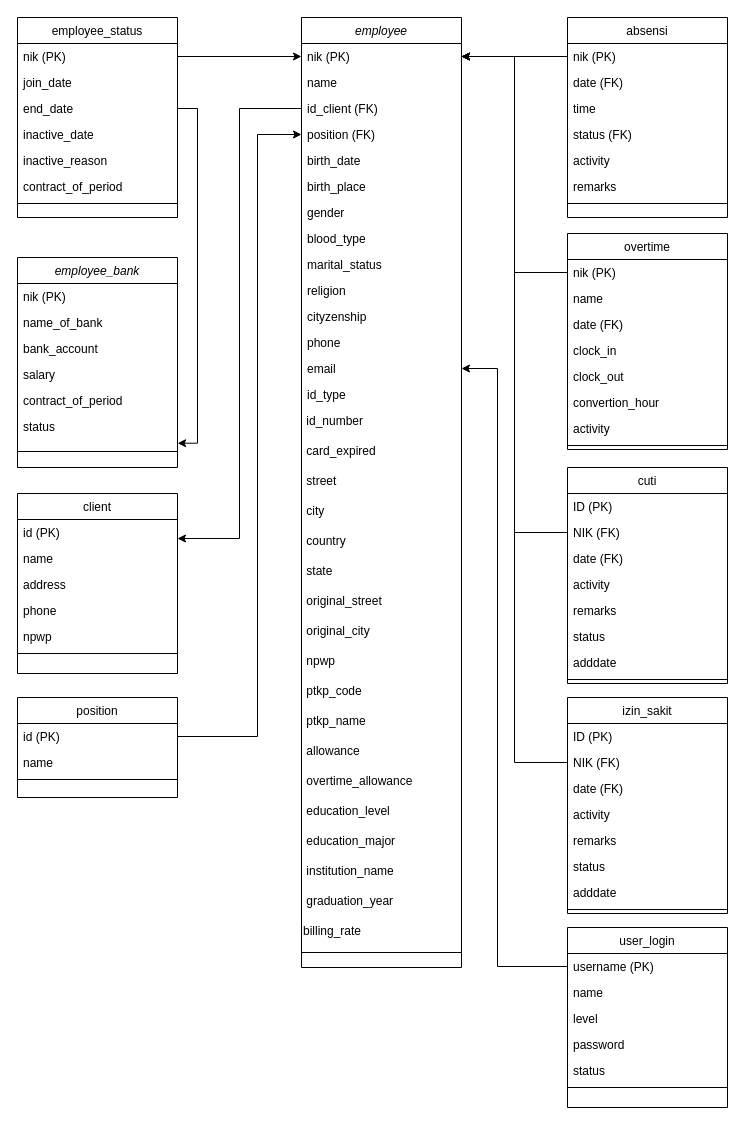
The draw.io diagram page "LRS-data" (1 of 2) of Penulisan/ERD.drawio in w4hyud1/leni_karyawan, before the edit. Source tidied: cells renumbered, new cells numbered last; positions are measured from the earlier drawing's top-left corner, leaving out a move shared by most shapes. Both pictures are drawn from the tidied source at 100%, with x=0, y=0 at pixel (17, 17).
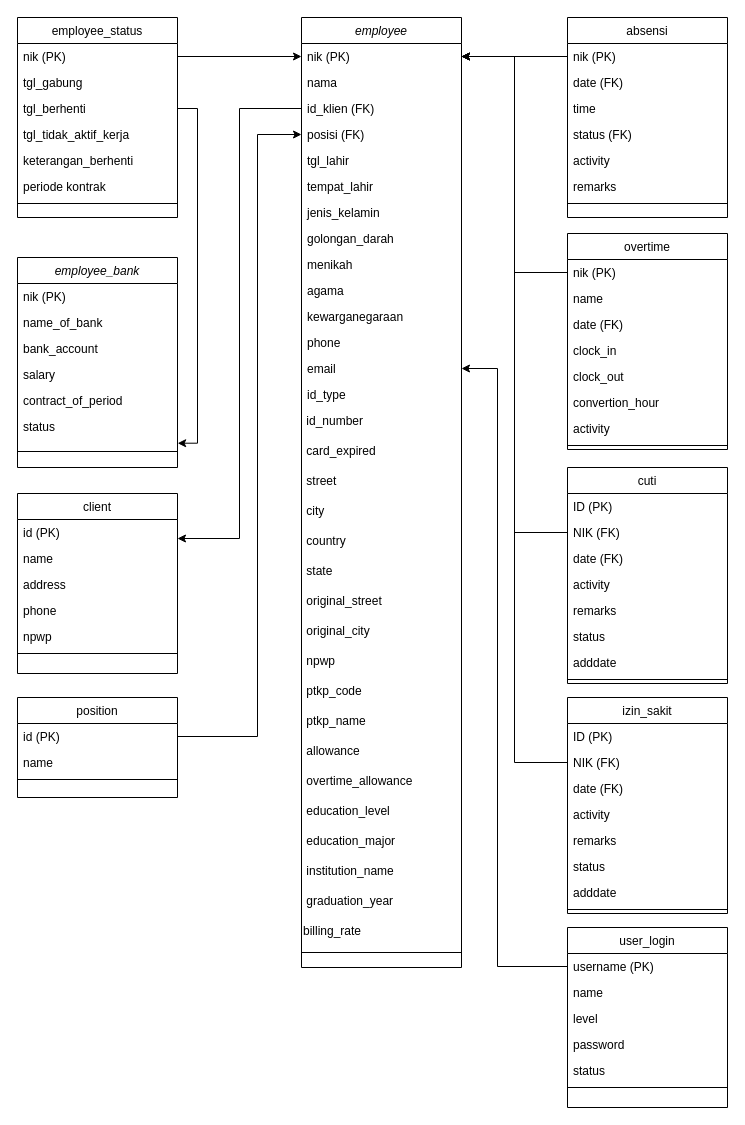
The same page after the edit.

The change refers to these unchanged cells:
```xml
<mxCell id="10" value="employee_status" style="swimlane;fontStyle=0;align=center;verticalAlign=top;horizontal=1;startSize=26;rounded=0;shadow=0;strokeWidth=1;" parent="1" vertex="1">
  <mxGeometry width="160" height="200" as="geometry" />
</mxCell>
<mxCell id="26" value="employee" style="swimlane;fontStyle=2;align=center;verticalAlign=top;horizontal=1;startSize=26;rounded=0;shadow=0;strokeWidth=1;" parent="1" vertex="1">
  <mxGeometry x="284" width="160" height="950" as="geometry" />
</mxCell>
```

What changed in the source:
```diff
@@
-    <mxCell id="12" value="join_date" style="text;align=left;verticalAlign=top;spacingLeft=4;spacingRight=4;overflow=hidden;rounded=0;shadow=0;html=0;" parent="10" vertex="1">
+    <mxCell id="12" value="tgl_gabung" style="text;align=left;verticalAlign=top;spacingLeft=4;spacingRight=4;overflow=hidden;rounded=0;shadow=0;html=0;" parent="10" vertex="1">
       <mxGeometry y="52" width="160" height="26" as="geometry" />
     </mxCell>
-    <mxCell id="13" value="end_date" style="text;align=left;verticalAlign=top;spacingLeft=4;spacingRight=4;overflow=hidden;points=[[0,0.5],[1,0.5]];portConstraint=eastwest;rounded=0;shadow=0;html=0;" parent="10" vertex="1">
+    <mxCell id="13" value="tgl_berhenti" style="text;align=left;verticalAlign=top;spacingLeft=4;spacingRight=4;overflow=hidden;points=[[0,0.5],[1,0.5]];portConstraint=eastwest;rounded=0;shadow=0;html=0;" parent="10" vertex="1">
       <mxGeometry y="78" width="160" height="26" as="geometry" />
     </mxCell>
-    <mxCell id="14" value="inactive_date" style="text;align=left;verticalAlign=top;spacingLeft=4;spacingRight=4;overflow=hidden;rounded=0;shadow=0;html=0;" parent="10" vertex="1">
+    <mxCell id="14" value="tgl_tidak_aktif_kerja" style="text;align=left;verticalAlign=top;spacingLeft=4;spacingRight=4;overflow=hidden;rounded=0;shadow=0;html=0;" parent="10" vertex="1">
       <mxGeometry y="104" width="160" height="26" as="geometry" />
     </mxCell>
-    <mxCell id="15" value="inactive_reason" style="text;align=left;verticalAlign=top;spacingLeft=4;spacingRight=4;overflow=hidden;rounded=0;shadow=0;html=0;" parent="10" vertex="1">
+    <mxCell id="15" value="keterangan_berhenti" style="text;align=left;verticalAlign=top;spacingLeft=4;spacingRight=4;overflow=hidden;rounded=0;shadow=0;html=0;" parent="10" vertex="1">
       <mxGeometry y="130" width="160" height="26" as="geometry" />
     </mxCell>
-    <mxCell id="16" value="contract_of_period" style="text;align=left;verticalAlign=top;spacingLeft=4;spacingRight=4;overflow=hidden;" parent="10" vertex="1">
+    <mxCell id="16" value="periode kontrak" style="text;align=left;verticalAlign=top;spacingLeft=4;spacingRight=4;overflow=hidden;" parent="10" vertex="1">
       <mxGeometry y="156" width="160" height="26" as="geometry" />
     </mxCell>
@@
-    <mxCell id="28" value="name" style="text;align=left;verticalAlign=top;spacingLeft=4;spacingRight=4;overflow=hidden;rounded=0;shadow=0;html=0;" parent="26" vertex="1">
+    <mxCell id="28" value="nama" style="text;align=left;verticalAlign=top;spacingLeft=4;spacingRight=4;overflow=hidden;rounded=0;shadow=0;html=0;" parent="26" vertex="1">
       <mxGeometry y="52" width="160" height="26" as="geometry" />
     </mxCell>
-    <mxCell id="29" value="id_client (FK)" style="text;align=left;verticalAlign=top;spacingLeft=4;spacingRight=4;overflow=hidden;points=[[0,0.5],[1,0.5]];portConstraint=eastwest;rounded=0;shadow=0;html=0;" parent="26" vertex="1">
+    <mxCell id="29" value="id_klien (FK)" style="text;align=left;verticalAlign=top;spacingLeft=4;spacingRight=4;overflow=hidden;points=[[0,0.5],[1,0.5]];portConstraint=eastwest;rounded=0;shadow=0;html=0;" parent="26" vertex="1">
       <mxGeometry y="78" width="160" height="26" as="geometry" />
     </mxCell>
-    <mxCell id="30" value="position (FK)" style="text;align=left;verticalAlign=top;spacingLeft=4;spacingRight=4;overflow=hidden;points=[[0,0.5],[1,0.5]];portConstraint=eastwest;rounded=0;shadow=0;html=0;" parent="26" vertex="1">
+    <mxCell id="30" value="posisi (FK)" style="text;align=left;verticalAlign=top;spacingLeft=4;spacingRight=4;overflow=hidden;points=[[0,0.5],[1,0.5]];portConstraint=eastwest;rounded=0;shadow=0;html=0;" parent="26" vertex="1">
       <mxGeometry y="104" width="160" height="26" as="geometry" />
     </mxCell>
-    <mxCell id="31" value="birth_date" style="text;align=left;verticalAlign=top;spacingLeft=4;spacingRight=4;overflow=hidden;rounded=0;shadow=0;html=0;" parent="26" vertex="1">
+    <mxCell id="31" value="tgl_lahir" style="text;align=left;verticalAlign=top;spacingLeft=4;spacingRight=4;overflow=hidden;rounded=0;shadow=0;html=0;" parent="26" vertex="1">
       <mxGeometry y="130" width="160" height="26" as="geometry" />
     </mxCell>
-    <mxCell id="32" value="birth_place" style="text;align=left;verticalAlign=top;spacingLeft=4;spacingRight=4;overflow=hidden;rounded=0;shadow=0;html=0;" parent="26" vertex="1">
+    <mxCell id="32" value="tempat_lahir" style="text;align=left;verticalAlign=top;spacingLeft=4;spacingRight=4;overflow=hidden;rounded=0;shadow=0;html=0;" parent="26" vertex="1">
       <mxGeometry y="156" width="160" height="26" as="geometry" />
     </mxCell>
-    <mxCell id="33" value="gender" style="text;align=left;verticalAlign=top;spacingLeft=4;spacingRight=4;overflow=hidden;rounded=0;shadow=0;html=0;" parent="26" vertex="1">
+    <mxCell id="33" value="jenis_kelamin" style="text;align=left;verticalAlign=top;spacingLeft=4;spacingRight=4;overflow=hidden;rounded=0;shadow=0;html=0;" parent="26" vertex="1">
       <mxGeometry y="182" width="160" height="26" as="geometry" />
     </mxCell>
-    <mxCell id="34" value="blood_type" style="text;align=left;verticalAlign=top;spacingLeft=4;spacingRight=4;overflow=hidden;rounded=0;shadow=0;html=0;" parent="26" vertex="1">
+    <mxCell id="34" value="golongan_darah" style="text;align=left;verticalAlign=top;spacingLeft=4;spacingRight=4;overflow=hidden;rounded=0;shadow=0;html=0;" parent="26" vertex="1">
       <mxGeometry y="208" width="160" height="26" as="geometry" />
     </mxCell>
-    <mxCell id="35" value="marital_status" style="text;align=left;verticalAlign=top;spacingLeft=4;spacingRight=4;overflow=hidden;rounded=0;shadow=0;html=0;" parent="26" vertex="1">
+    <mxCell id="35" value="menikah" style="text;align=left;verticalAlign=top;spacingLeft=4;spacingRight=4;overflow=hidden;rounded=0;shadow=0;html=0;" parent="26" vertex="1">
       <mxGeometry y="234" width="160" height="26" as="geometry" />
     </mxCell>
-    <mxCell id="36" value="religion" style="text;align=left;verticalAlign=top;spacingLeft=4;spacingRight=4;overflow=hidden;rounded=0;shadow=0;html=0;" parent="26" vertex="1">
+    <mxCell id="36" value="agama" style="text;align=left;verticalAlign=top;spacingLeft=4;spacingRight=4;overflow=hidden;rounded=0;shadow=0;html=0;" parent="26" vertex="1">
       <mxGeometry y="260" width="160" height="26" as="geometry" />
     </mxCell>
-    <mxCell id="37" value="cityzenship" style="text;align=left;verticalAlign=top;spacingLeft=4;spacingRight=4;overflow=hidden;rounded=0;shadow=0;html=0;" parent="26" vertex="1">
+    <mxCell id="37" value="kewarganegaraan" style="text;align=left;verticalAlign=top;spacingLeft=4;spacingRight=4;overflow=hidden;rounded=0;shadow=0;html=0;" parent="26" vertex="1">
       <mxGeometry y="286" width="160" height="26" as="geometry" />
     </mxCell>
```
